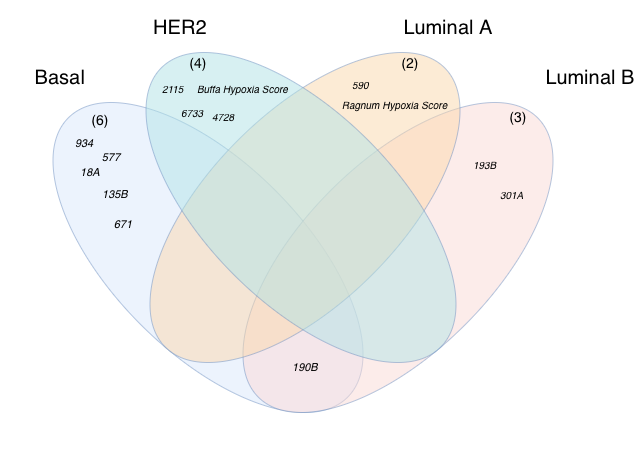
JoseDRomano/bca-thesis keeps this draw.io diagram as Chapters/Figures/diagrama_venn_bc_clinical+mirna.drawio.png. Above is the earlier version. Source tidied: cells renumbered, new cells last; positions are measured from the earlier drawing's top-left corner, leaving out a move shared by most shapes. The source it was exported from:
```xml
<mxGraphModel>
  <root>
    <mxCell id="0" />
    <mxCell id="1" parent="0" />
    <mxCell id="2" style="group;" parent="1" vertex="1">
      <mxGeometry x="-0.3" y="0.2" width="639.3" height="463.7" as="geometry" />
    </mxCell>
    <mxCell id="3" value="Basal" style="text;html=1;whiteSpace=wrap;strokeColor=none;fillColor=none;align=center;verticalAlign=middle;rounded=0;fontSize=20;" parent="2" vertex="1">
      <mxGeometry x="29.3" y="61.8" width="60" height="30" as="geometry" />
    </mxCell>
    <mxCell id="4" value="HER2" style="text;html=1;whiteSpace=wrap;strokeColor=none;fillColor=none;align=center;verticalAlign=middle;rounded=0;fontSize=20;" parent="2" vertex="1">
      <mxGeometry x="149.3" y="11.8" width="60" height="30" as="geometry" />
    </mxCell>
    <mxCell id="5" value="Luminal A" style="text;html=1;whiteSpace=wrap;strokeColor=none;fillColor=none;align=center;verticalAlign=middle;rounded=0;fontSize=20;" parent="2" vertex="1">
      <mxGeometry x="397.3" y="11.8" width="100" height="30" as="geometry" />
    </mxCell>
    <mxCell id="6" value="Luminal B" style="text;html=1;whiteSpace=wrap;strokeColor=none;fillColor=none;align=center;verticalAlign=middle;rounded=0;fontSize=20;" parent="2" vertex="1">
      <mxGeometry x="539.3" y="61.8" width="100" height="30" as="geometry" />
    </mxCell>
    <mxCell id="7" style="ellipse;whiteSpace=wrap;html=1;rotation=-135;opacity=50;fillColor=#dae8fc;strokeColor=light-dark(#6C8EBF,#000000);" parent="2" vertex="1">
      <mxGeometry x="9.3" y="161.8" width="395" height="190" as="geometry" />
    </mxCell>
    <mxCell id="8" style="ellipse;whiteSpace=wrap;html=1;rotation=-45;opacity=50;fillColor=#fad9d5;strokeColor=light-dark(#6C8EBF,#000000);" parent="2" vertex="1">
      <mxGeometry x="199.3" y="161.8" width="395" height="190" as="geometry" />
    </mxCell>
    <mxCell id="9" style="ellipse;whiteSpace=wrap;html=1;rotation=-45;opacity=50;fillColor=#fad7ac;strokeColor=light-dark(#6C8EBF,#000000);" parent="2" vertex="1">
      <mxGeometry x="106.3" y="111.8" width="395" height="190" as="geometry" />
    </mxCell>
    <mxCell id="10" style="ellipse;whiteSpace=wrap;html=1;rotation=-135;opacity=50;fillColor=#b0e3e6;strokeColor=light-dark(#6C8EBF,#000000);" parent="2" vertex="1">
      <mxGeometry x="102.3" y="111.8" width="395" height="190" as="geometry" />
    </mxCell>
    <mxCell id="11" value="&lt;div&gt;&lt;font color=&quot;#000000&quot;&gt;&lt;span style=&quot;caret-color: rgb(0, 0, 0);&quot;&gt;&lt;i&gt;2115&lt;/i&gt;&lt;/span&gt;&lt;/font&gt;&lt;/div&gt;" style="text;html=1;whiteSpace=wrap;strokeColor=none;fillColor=none;align=left;verticalAlign=top;rounded=0;fontSize=10;" parent="2" vertex="1">
      <mxGeometry x="159.3" y="75.4" width="30.7" height="24.6" as="geometry" />
    </mxCell>
    <mxCell id="12" value="&lt;font style=&quot;font-size: 14px;&quot;&gt;(4)&lt;/font&gt;" style="text;html=1;whiteSpace=wrap;strokeColor=none;fillColor=none;align=center;verticalAlign=middle;rounded=0;" parent="2" vertex="1">
      <mxGeometry x="166.8" y="46.8" width="60" height="30" as="geometry" />
    </mxCell>
    <mxCell id="13" value="&lt;div style=&quot;text-align: start;&quot;&gt;&lt;br&gt;&lt;/div&gt;" style="text;html=1;whiteSpace=wrap;strokeColor=none;fillColor=none;align=center;verticalAlign=middle;rounded=0;fontSize=11;" parent="2" vertex="1">
      <mxGeometry x="89.3" y="261.8" width="100" height="30" as="geometry" />
    </mxCell>
    <mxCell id="14" value="&lt;font style=&quot;font-size: 14px;&quot;&gt;(2)&lt;/font&gt;" style="text;html=1;whiteSpace=wrap;strokeColor=none;fillColor=none;align=center;verticalAlign=middle;rounded=0;" parent="2" vertex="1">
      <mxGeometry x="379.3" y="46.8" width="60" height="30" as="geometry" />
    </mxCell>
    <mxCell id="15" value="&lt;font style=&quot;font-size: 14px;&quot;&gt;(3)&lt;/font&gt;" style="text;html=1;whiteSpace=wrap;strokeColor=none;fillColor=none;align=center;verticalAlign=middle;rounded=0;" parent="2" vertex="1">
      <mxGeometry x="487.3" y="100.8" width="60" height="30" as="geometry" />
    </mxCell>
    <mxCell id="16" value="&lt;div&gt;&lt;font color=&quot;#000000&quot;&gt;&lt;span style=&quot;caret-color: rgb(0, 0, 0);&quot;&gt;&lt;i&gt;4728&lt;/i&gt;&lt;/span&gt;&lt;/font&gt;&lt;/div&gt;" style="text;html=1;whiteSpace=wrap;strokeColor=none;fillColor=none;align=left;verticalAlign=top;rounded=0;fontSize=10;" parent="2" vertex="1">
      <mxGeometry x="209.3" y="103.5" width="30.7" height="24.6" as="geometry" />
    </mxCell>
    <mxCell id="17" value="&lt;span style=&quot;caret-color: rgb(0, 0, 0);&quot;&gt;&lt;i&gt;6733&lt;/i&gt;&lt;/span&gt;" style="text;html=1;whiteSpace=wrap;strokeColor=none;fillColor=none;align=left;verticalAlign=top;rounded=0;fontSize=10;" parent="2" vertex="1">
      <mxGeometry x="178.7" y="100" width="30.7" height="24.6" as="geometry" />
    </mxCell>
    <mxCell id="18" value="&lt;span style=&quot;caret-color: rgb(0, 0, 0);&quot;&gt;&lt;i&gt;&amp;nbsp;Ragnum Hypoxia Score&lt;/i&gt;&lt;/span&gt;" style="text;html=1;whiteSpace=wrap;strokeColor=none;fillColor=none;align=left;verticalAlign=top;rounded=0;fontSize=10;" parent="2" vertex="1">
      <mxGeometry x="336.5" y="91.8" width="120.7" height="24.6" as="geometry" />
    </mxCell>
    <mxCell id="19" value="&lt;i&gt;193B&lt;/i&gt;" style="text;html=1;whiteSpace=wrap;strokeColor=none;fillColor=none;align=left;verticalAlign=top;rounded=0;fontSize=10;" parent="2" vertex="1">
      <mxGeometry x="470.7" y="151.8" width="30.7" height="24.6" as="geometry" />
    </mxCell>
    <mxCell id="20" value="&lt;div&gt;&lt;font color=&quot;#000000&quot;&gt;&lt;span style=&quot;caret-color: rgb(0, 0, 0);&quot;&gt;&lt;i&gt;301A&lt;/i&gt;&lt;/span&gt;&lt;/font&gt;&lt;/div&gt;" style="text;html=1;whiteSpace=wrap;strokeColor=none;fillColor=none;align=left;verticalAlign=top;rounded=0;fontSize=10;" parent="2" vertex="1">
      <mxGeometry x="497.3" y="181.8" width="30.7" height="24.6" as="geometry" />
    </mxCell>
    <mxCell id="21" value="&lt;span style=&quot;caret-color: rgb(0, 0, 0);&quot;&gt;&lt;i&gt;Buffa Hypoxia Score&lt;/i&gt;&lt;/span&gt;" style="text;html=1;whiteSpace=wrap;strokeColor=none;fillColor=none;align=left;verticalAlign=top;rounded=0;fontSize=10;" parent="2" vertex="1">
      <mxGeometry x="194.3" y="75.4" width="97.8" height="24.6" as="geometry" />
    </mxCell>
    <mxCell id="22" value="&lt;div style=&quot;text-align: start;&quot;&gt;&lt;font color=&quot;#000000&quot;&gt;&lt;span style=&quot;caret-color: rgb(0, 0, 0);&quot;&gt;&lt;i&gt;190B&lt;/i&gt;&lt;/span&gt;&lt;/font&gt;&lt;/div&gt;" style="text;html=1;whiteSpace=wrap;strokeColor=none;fillColor=none;align=center;verticalAlign=middle;rounded=0;fontSize=11;" parent="2" vertex="1">
      <mxGeometry x="258.8" y="351.8" width="90" height="30" as="geometry" />
    </mxCell>
    <mxCell id="23" value="&lt;em style=&quot;caret-color: rgb(0, 0, 0); color: rgb(0, 0, 0); font-variant-caps: normal; font-weight: 400; letter-spacing: normal; orphans: 2; text-align: start; text-indent: 0px; text-transform: none; white-space: normal; widows: 2; word-spacing: 0px; -webkit-text-stroke-width: 0px; text-decoration-line: none; text-decoration-thickness: auto; text-decoration-style: solid;&quot;&gt;&lt;em&gt;934&lt;/em&gt;&lt;/em&gt;" style="text;whiteSpace=wrap;html=1;fontSize=11;" parent="1" vertex="1">
      <mxGeometry x="72" y="130" width="75" height="20" as="geometry" />
    </mxCell>
    <mxCell id="24" value="&lt;font style=&quot;font-size: 14px;&quot;&gt;(6)&lt;/font&gt;" style="text;html=1;whiteSpace=wrap;strokeColor=none;fillColor=none;align=center;verticalAlign=middle;rounded=0;" parent="1" vertex="1">
      <mxGeometry x="69" y="104" width="60" height="30" as="geometry" />
    </mxCell>
    <mxCell id="25" value="&lt;div style=&quot;text-align: left;&quot;&gt;&lt;font color=&quot;#000000&quot;&gt;&lt;span style=&quot;caret-color: rgb(0, 0, 0);&quot;&gt;&lt;i&gt;135B&lt;/i&gt;&lt;/span&gt;&lt;/font&gt;&lt;/div&gt;" style="text;html=1;whiteSpace=wrap;strokeColor=none;fillColor=none;align=center;verticalAlign=middle;rounded=0;fontSize=11;" parent="1" vertex="1">
      <mxGeometry x="69" y="179" width="90" height="30" as="geometry" />
    </mxCell>
    <mxCell id="26" value="&lt;em style=&quot;text-align: left; caret-color: rgb(0, 0, 0); color: rgb(0, 0, 0);&quot;&gt;18A&lt;/em&gt;" style="text;html=1;whiteSpace=wrap;strokeColor=none;fillColor=none;align=center;verticalAlign=middle;rounded=0;fontSize=11;" parent="1" vertex="1">
      <mxGeometry x="44" y="157" width="90" height="30" as="geometry" />
    </mxCell>
    <mxCell id="27" value="&lt;em style=&quot;caret-color: rgb(0, 0, 0); color: rgb(0, 0, 0); text-align: start;&quot;&gt;577&lt;/em&gt;" style="text;html=1;whiteSpace=wrap;strokeColor=none;fillColor=none;align=center;verticalAlign=middle;rounded=0;fontSize=11;" parent="1" vertex="1">
      <mxGeometry x="65" y="142" width="90" height="30" as="geometry" />
    </mxCell>
    <mxCell id="28" value="&lt;em style=&quot;caret-color: rgb(0, 0, 0); color: rgb(0, 0, 0); text-align: start;&quot;&gt;&lt;em&gt;671&lt;/em&gt;&lt;/em&gt;" style="text;html=1;whiteSpace=wrap;strokeColor=none;fillColor=none;align=center;verticalAlign=middle;rounded=0;fontSize=11;" parent="1" vertex="1">
      <mxGeometry x="72" y="209" width="100" height="30" as="geometry" />
    </mxCell>
    <mxCell id="29" value="&lt;div&gt;&lt;font color=&quot;#000000&quot;&gt;&lt;span style=&quot;caret-color: rgb(0, 0, 0);&quot;&gt;&lt;i&gt;590&lt;/i&gt;&lt;/span&gt;&lt;/font&gt;&lt;/div&gt;" style="text;html=1;whiteSpace=wrap;strokeColor=none;fillColor=none;align=left;verticalAlign=top;rounded=0;fontSize=10;" parent="1" vertex="1">
      <mxGeometry x="349" y="72" width="30.7" height="24.6" as="geometry" />
    </mxCell>
  </root>
</mxGraphModel>
```
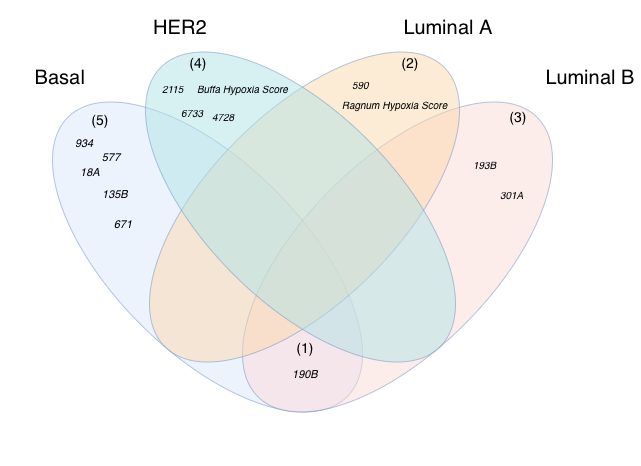
The same diagram one commit later.

Diff of the diagram source:
```diff
@@ -63,12 +63,15 @@
       <mxGeometry x="194.3" y="75.4" width="97.8" height="24.6" as="geometry" />
     </mxCell>
     <mxCell id="22" value="&lt;div style=&quot;text-align: start;&quot;&gt;&lt;font color=&quot;#000000&quot;&gt;&lt;span style=&quot;caret-color: rgb(0, 0, 0);&quot;&gt;&lt;i&gt;190B&lt;/i&gt;&lt;/span&gt;&lt;/font&gt;&lt;/div&gt;" style="text;html=1;whiteSpace=wrap;strokeColor=none;fillColor=none;align=center;verticalAlign=middle;rounded=0;fontSize=11;" parent="2" vertex="1">
-      <mxGeometry x="258.8" y="351.8" width="90" height="30" as="geometry" />
+      <mxGeometry x="258.8" y="358.8" width="90" height="30" as="geometry" />
     </mxCell>
+    <mxCell id="30" value="&lt;font style=&quot;font-size: 14px;&quot;&gt;(1)&lt;/font&gt;" style="text;html=1;whiteSpace=wrap;strokeColor=none;fillColor=none;align=center;verticalAlign=middle;rounded=0;" parent="2" vertex="1">
+      <mxGeometry x="273.8" y="331.8" width="60" height="30" as="geometry" />
+    </mxCell>
     <mxCell id="23" value="&lt;em style=&quot;caret-color: rgb(0, 0, 0); color: rgb(0, 0, 0); font-variant-caps: normal; font-weight: 400; letter-spacing: normal; orphans: 2; text-align: start; text-indent: 0px; text-transform: none; white-space: normal; widows: 2; word-spacing: 0px; -webkit-text-stroke-width: 0px; text-decoration-line: none; text-decoration-thickness: auto; text-decoration-style: solid;&quot;&gt;&lt;em&gt;934&lt;/em&gt;&lt;/em&gt;" style="text;whiteSpace=wrap;html=1;fontSize=11;" parent="1" vertex="1">
       <mxGeometry x="72" y="130" width="75" height="20" as="geometry" />
     </mxCell>
-    <mxCell id="24" value="&lt;font style=&quot;font-size: 14px;&quot;&gt;(6)&lt;/font&gt;" style="text;html=1;whiteSpace=wrap;strokeColor=none;fillColor=none;align=center;verticalAlign=middle;rounded=0;" parent="1" vertex="1">
+    <mxCell id="24" value="&lt;font style=&quot;font-size: 14px;&quot;&gt;(5)&lt;/font&gt;" style="text;html=1;whiteSpace=wrap;strokeColor=none;fillColor=none;align=center;verticalAlign=middle;rounded=0;" parent="1" vertex="1">
       <mxGeometry x="69" y="104" width="60" height="30" as="geometry" />
     </mxCell>
     <mxCell id="25" value="&lt;div style=&quot;text-align: left;&quot;&gt;&lt;font color=&quot;#000000&quot;&gt;&lt;span style=&quot;caret-color: rgb(0, 0, 0);&quot;&gt;&lt;i&gt;135B&lt;/i&gt;&lt;/span&gt;&lt;/font&gt;&lt;/div&gt;" style="text;html=1;whiteSpace=wrap;strokeColor=none;fillColor=none;align=center;verticalAlign=middle;rounded=0;fontSize=11;" parent="1" vertex="1">
```
